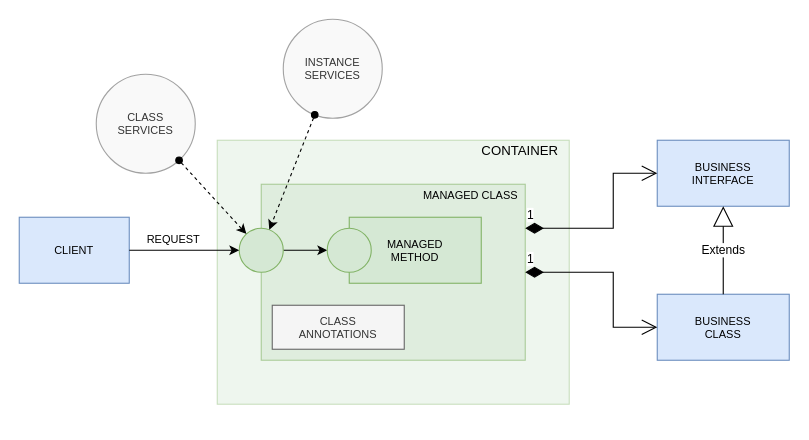
Above: page "Class Services" (7 of 12) of docs/container.drawio in js-lib-com/tiny-container (draw.io), before the change. Source tidied: cells renumbered, new cells numbered last; positions are measured from the earlier drawing's top-left corner, leaving out a move shared by most shapes. Both pictures are drawn from the tidied source at 110%, with x=0, y=0 at pixel (19, 19).
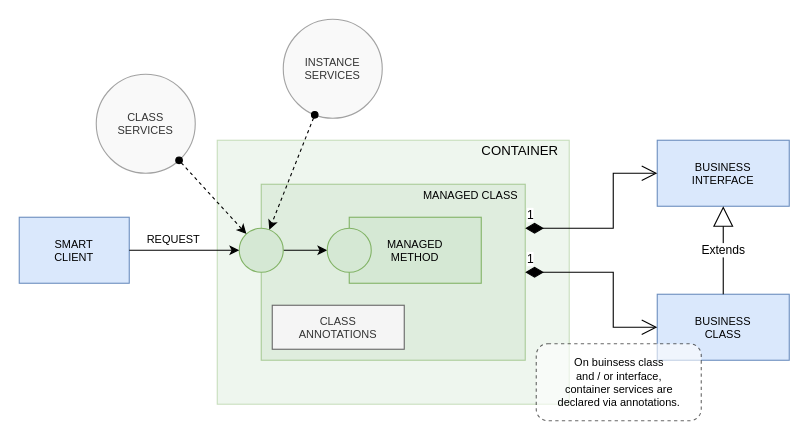
After the change.

Commit message (it also covers changes not shown here):
Move instance processing on managed class.

Change to the diagram source:
```diff
@@
-    <mxCell id="3" value="CLIENT" style="rounded=0;whiteSpace=wrap;html=1;fillColor=#dae8fc;strokeColor=#6c8ebf;fontSize=10;" parent="1" vertex="1">
+    <mxCell id="3" value="SMART&lt;br&gt;CLIENT" style="rounded=0;whiteSpace=wrap;html=1;fillColor=#dae8fc;strokeColor=#6c8ebf;fontSize=10;" parent="1" vertex="1">
       <mxGeometry y="180" width="100" height="60" as="geometry" />
     </mxCell>
@@
+    <mxCell id="23" value="On buinsess class &lt;br&gt;and / or interface, &lt;br&gt;container services are &lt;br&gt;declared via annotations." style="text;html=1;align=center;verticalAlign=middle;fontSize=10;spacing=10;labelBorderColor=none;dashed=1;fillColor=default;strokeColor=default;rounded=1;opacity=60;" parent="1" vertex="1">
+      <mxGeometry x="470" y="295" width="150" height="70" as="geometry" />
+    </mxCell>
```
